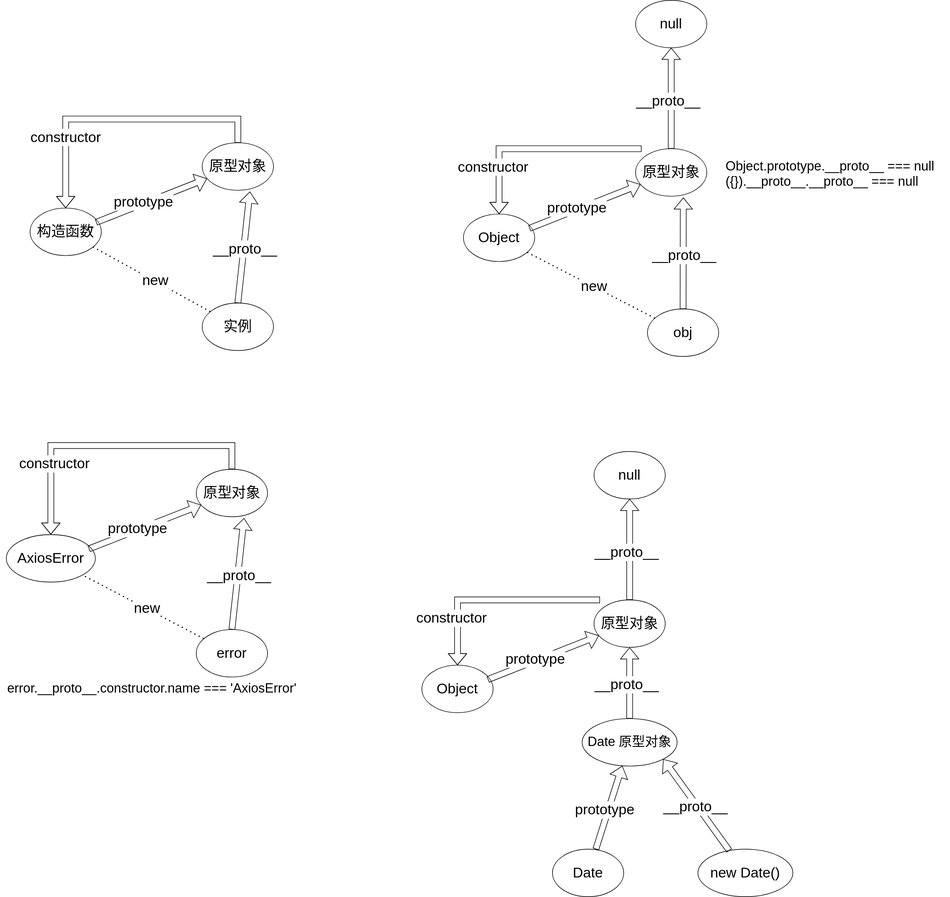
The draw.io diagram es-prototypeObj-constructor-instance.drawio.svg in Linhieng/diagrams, before a commit. Source tidied: cells renumbered, new cells last; positions are measured from the earlier drawing's top-left corner, leaving out a move shared by most shapes.
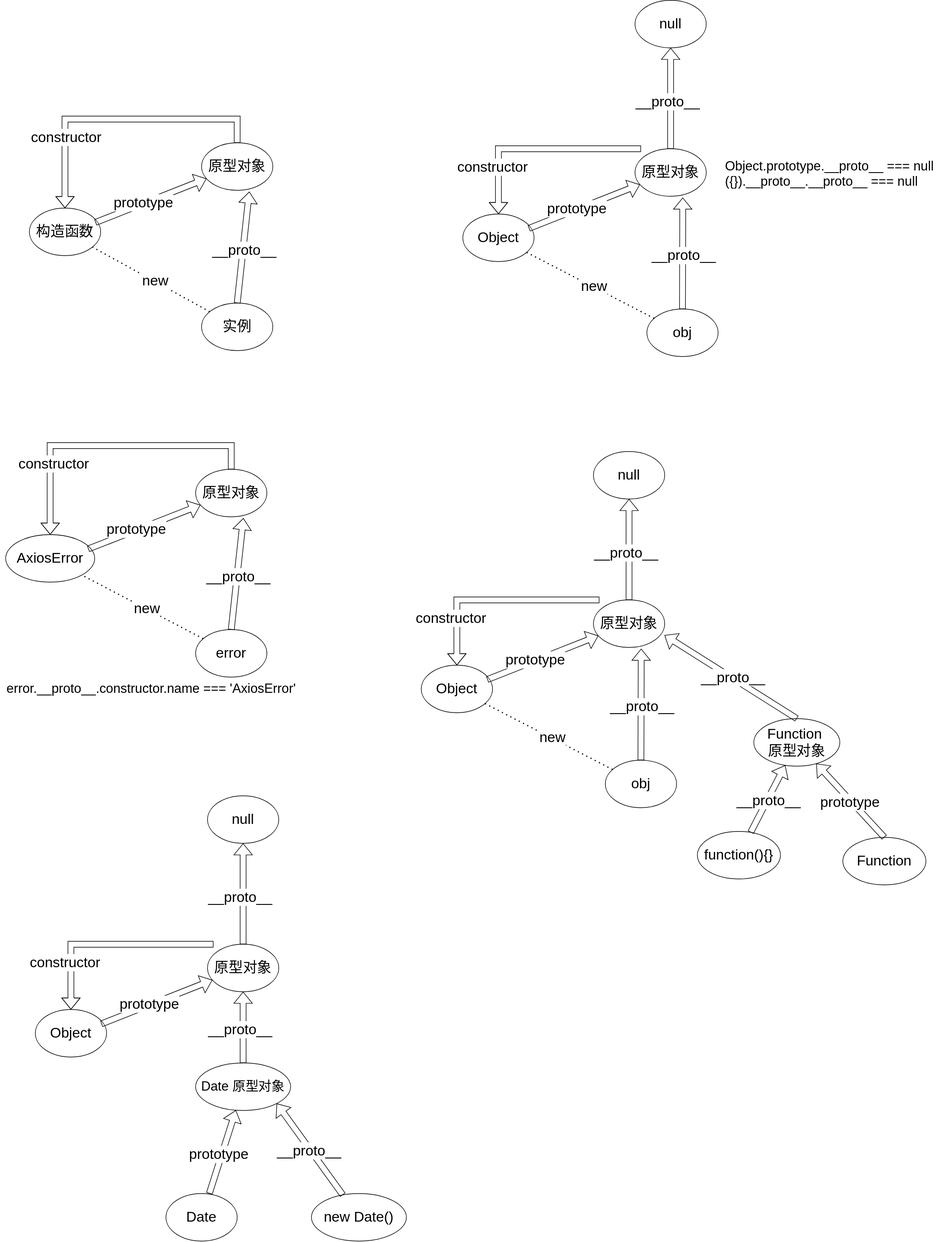
The same file after the commit.

Change to the diagram source:
```diff
@@ -149,8 +149,8 @@
     <mxCell id="39" value="Object.prototype.__proto__ === null&#10;({}).__proto__.__proto__ === null&#10;&#10;" style="text;whiteSpace=wrap;fontSize=22;" parent="1" vertex="1">
       <mxGeometry x="1220" y="260" width="380" height="40" as="geometry" />
     </mxCell>
-    <mxCell id="40" value="&lt;span style=&quot;font-size: 24px;&quot;&gt;Date&lt;/span&gt;" style="ellipse;whiteSpace=wrap;html=1;" parent="1" vertex="1">
-      <mxGeometry x="930" y="1430" width="120" height="80" as="geometry" />
+    <mxCell id="40" value="&lt;font style=&quot;font-size: 24px;&quot;&gt;obj&lt;/font&gt;" style="ellipse;whiteSpace=wrap;html=1;" parent="1" vertex="1">
+      <mxGeometry x="1020" y="1280" width="120" height="80" as="geometry" />
     </mxCell>
     <mxCell id="41" value="&lt;font style=&quot;font-size: 24px;&quot;&gt;Object&lt;/font&gt;" style="ellipse;whiteSpace=wrap;html=1;" parent="1" vertex="1">
       <mxGeometry x="710" y="1120" width="120" height="80" as="geometry" />
@@ -158,6 +158,14 @@
     <mxCell id="42" value="&lt;span style=&quot;font-size: 24px;&quot;&gt;原型对象&lt;/span&gt;" style="ellipse;whiteSpace=wrap;html=1;" parent="1" vertex="1">
       <mxGeometry x="1000" y="1010" width="120" height="80" as="geometry" />
     </mxCell>
+    <mxCell id="58" style="endArrow=none;dashed=1;html=1;dashPattern=1 3;strokeWidth=2;rounded=0;" parent="1" edge="1" source="40" target="41">
+      <mxGeometry relative="1" as="geometry" />
+    </mxCell>
+    <mxCell id="59" value="&lt;font style=&quot;font-size: 24px;&quot;&gt;new&lt;/font&gt;" style="edgeLabel;html=1;align=center;verticalAlign=middle;" parent="58" vertex="1">
+      <mxGeometry x="0.01" y="2" relative="1" as="geometry">
+        <mxPoint x="7" as="offset" />
+      </mxGeometry>
+    </mxCell>
     <mxCell id="43" style="shape=flexArrow;endArrow=classic;html=1;rounded=0;exitX=0.927;exitY=0.302;exitDx=0;exitDy=0;exitPerimeter=0;" parent="1" edge="1" source="41" target="42">
       <mxGeometry relative="1" as="geometry" />
     </mxCell>
@@ -166,6 +174,12 @@
         <mxPoint x="-8" y="-2" as="offset" />
       </mxGeometry>
     </mxCell>
+    <mxCell id="60" style="shape=flexArrow;endArrow=classic;html=1;rounded=0;exitX=0.5;exitY=0;exitDx=0;exitDy=0;entryX=0.67;entryY=1.028;entryDx=0;entryDy=0;entryPerimeter=0;" parent="1" edge="1" source="40" target="42">
+      <mxGeometry relative="1" as="geometry" />
+    </mxCell>
+    <mxCell id="61" value="&lt;font style=&quot;font-size: 24px;&quot;&gt;__proto__&lt;/font&gt;" style="edgeLabel;html=1;align=center;verticalAlign=middle;" parent="60" vertex="1">
+      <mxGeometry x="-0.03" y="-1" relative="1" as="geometry" />
+    </mxCell>
     <mxCell id="45" style="edgeStyle=elbowEdgeStyle;elbow=horizontal;endArrow=classic;html=1;curved=0;rounded=0;entryX=0.5;entryY=0;entryDx=0;entryDy=0;shape=flexArrow;" parent="1" edge="1" target="41">
       <mxGeometry relative="1" as="geometry">
         <mxPoint x="1010" y="1010" as="sourcePoint" />
@@ -190,37 +204,107 @@
         <mxPoint x="-8" y="-2" as="offset" />
       </mxGeometry>
     </mxCell>
+    <mxCell id="62" value="&lt;font style=&quot;font-size: 24px;&quot;&gt;Function&lt;/font&gt;" style="ellipse;whiteSpace=wrap;html=1;" parent="1" vertex="1">
+      <mxGeometry x="1420" y="1410" width="140" height="80" as="geometry" />
+    </mxCell>
+    <mxCell id="63" value="&lt;span style=&quot;font-size: 24px;&quot;&gt;Function&amp;nbsp;&lt;/span&gt;&lt;div&gt;&lt;span style=&quot;font-size: 24px;&quot;&gt;原型对象&lt;/span&gt;&lt;/div&gt;" style="ellipse;whiteSpace=wrap;html=1;" parent="1" vertex="1">
+      <mxGeometry x="1270" y="1210" width="145" height="80" as="geometry" />
+    </mxCell>
+    <mxCell id="64" style="shape=flexArrow;endArrow=classic;html=1;rounded=0;exitX=0.5;exitY=0;exitDx=0;exitDy=0;" parent="1" edge="1" source="62" target="63">
+      <mxGeometry relative="1" as="geometry" />
+    </mxCell>
+    <mxCell id="65" value="&lt;span style=&quot;font-size: 24px;&quot;&gt;prototype&lt;/span&gt;" style="edgeLabel;html=1;align=center;verticalAlign=middle;" parent="64" vertex="1">
+      <mxGeometry x="-0.07" y="-2" relative="1" as="geometry">
+        <mxPoint x="-8" y="-2" as="offset" />
+      </mxGeometry>
+    </mxCell>
+    <mxCell id="66" style="shape=flexArrow;endArrow=classic;html=1;rounded=0;exitX=0.5;exitY=0;exitDx=0;exitDy=0;entryX=0.997;entryY=0.742;entryDx=0;entryDy=0;entryPerimeter=0;" parent="1" edge="1" source="63" target="42">
+      <mxGeometry relative="1" as="geometry" />
+    </mxCell>
+    <mxCell id="67" value="&lt;font style=&quot;font-size: 24px;&quot;&gt;__proto__&lt;/font&gt;" style="edgeLabel;html=1;align=center;verticalAlign=middle;" parent="66" vertex="1">
+      <mxGeometry x="-0.03" y="-1" relative="1" as="geometry" />
+    </mxCell>
+    <mxCell id="68" value="&lt;font style=&quot;font-size: 24px;&quot;&gt;function(){}&lt;/font&gt;" style="ellipse;whiteSpace=wrap;html=1;" parent="1" vertex="1">
+      <mxGeometry x="1175" y="1400" width="140" height="80" as="geometry" />
+    </mxCell>
+    <mxCell id="69" style="shape=flexArrow;endArrow=classic;html=1;rounded=0;" parent="1" edge="1" source="68" target="63">
+      <mxGeometry relative="1" as="geometry" />
+    </mxCell>
+    <mxCell id="70" value="&lt;font style=&quot;font-size: 24px;&quot;&gt;__proto__&lt;/font&gt;" style="edgeLabel;html=1;align=center;verticalAlign=middle;" parent="69" vertex="1">
+      <mxGeometry x="-0.03" y="-1" relative="1" as="geometry" />
+    </mxCell>
+    <mxCell id="71" value="&lt;span style=&quot;font-size: 24px;&quot;&gt;Date&lt;/span&gt;" style="ellipse;whiteSpace=wrap;html=1;" parent="1" vertex="1">
+      <mxGeometry x="280" y="2010" width="120" height="80" as="geometry" />
+    </mxCell>
+    <mxCell id="72" value="&lt;font style=&quot;font-size: 24px;&quot;&gt;Object&lt;/font&gt;" style="ellipse;whiteSpace=wrap;html=1;" parent="1" vertex="1">
+      <mxGeometry x="60" y="1700" width="120" height="80" as="geometry" />
+    </mxCell>
+    <mxCell id="73" value="&lt;span style=&quot;font-size: 24px;&quot;&gt;原型对象&lt;/span&gt;" style="ellipse;whiteSpace=wrap;html=1;" parent="1" vertex="1">
+      <mxGeometry x="350" y="1590" width="120" height="80" as="geometry" />
+    </mxCell>
+    <mxCell id="74" style="shape=flexArrow;endArrow=classic;html=1;rounded=0;exitX=0.927;exitY=0.302;exitDx=0;exitDy=0;exitPerimeter=0;" parent="1" edge="1" source="72" target="73">
+      <mxGeometry relative="1" as="geometry" />
+    </mxCell>
+    <mxCell id="75" value="&lt;span style=&quot;font-size: 24px;&quot;&gt;prototype&lt;/span&gt;" style="edgeLabel;html=1;align=center;verticalAlign=middle;" parent="74" vertex="1">
+      <mxGeometry x="-0.07" y="-2" relative="1" as="geometry">
+        <mxPoint x="-8" y="-2" as="offset" />
+      </mxGeometry>
+    </mxCell>
+    <mxCell id="76" style="edgeStyle=elbowEdgeStyle;elbow=horizontal;endArrow=classic;html=1;curved=0;rounded=0;entryX=0.5;entryY=0;entryDx=0;entryDy=0;shape=flexArrow;" parent="1" edge="1" target="72">
+      <mxGeometry relative="1" as="geometry">
+        <mxPoint x="360" y="1590" as="sourcePoint" />
+        <Array as="points">
+          <mxPoint x="120" y="1620" />
+        </Array>
+      </mxGeometry>
+    </mxCell>
+    <mxCell id="77" value="&lt;span style=&quot;font-size: 24px;&quot;&gt;constructor&lt;/span&gt;" style="edgeLabel;html=1;align=center;verticalAlign=middle;" parent="76" vertex="1">
+      <mxGeometry x="0.23" y="-1" relative="1" as="geometry">
+        <mxPoint x="-36" y="31" as="offset" />
+      </mxGeometry>
+    </mxCell>
+    <mxCell id="78" value="&lt;span style=&quot;font-size: 24px;&quot;&gt;null&lt;/span&gt;" style="ellipse;whiteSpace=wrap;html=1;" parent="1" vertex="1">
+      <mxGeometry x="350" y="1340" width="120" height="80" as="geometry" />
+    </mxCell>
+    <mxCell id="79" style="shape=flexArrow;endArrow=classic;html=1;rounded=0;" parent="1" edge="1" source="73" target="78">
+      <mxGeometry relative="1" as="geometry" />
+    </mxCell>
+    <mxCell id="80" value="&lt;span style=&quot;font-size: 24px;&quot;&gt;__proto__&lt;/span&gt;" style="edgeLabel;html=1;align=center;verticalAlign=middle;" parent="79" vertex="1">
+      <mxGeometry x="-0.07" y="-2" relative="1" as="geometry">
+        <mxPoint x="-8" y="-2" as="offset" />
+      </mxGeometry>
+    </mxCell>
     <mxCell id="50" value="&lt;font style=&quot;font-size: 24px;&quot;&gt;new Date()&lt;/font&gt;" style="ellipse;whiteSpace=wrap;html=1;" parent="1" vertex="1">
-      <mxGeometry x="1175" y="1430" width="160" height="80" as="geometry" />
+      <mxGeometry x="525" y="2010" width="160" height="80" as="geometry" />
     </mxCell>
     <mxCell id="51" value="&lt;font style=&quot;font-size: 22px;&quot;&gt;Date 原型对象&lt;/font&gt;" style="ellipse;whiteSpace=wrap;html=1;" parent="1" vertex="1">
-      <mxGeometry x="980" y="1210" width="160" height="80" as="geometry" />
+      <mxGeometry x="330" y="1790" width="160" height="80" as="geometry" />
     </mxCell>
-    <mxCell id="52" style="shape=flexArrow;endArrow=classic;html=1;rounded=0;exitX=0.927;exitY=0.302;exitDx=0;exitDy=0;exitPerimeter=0;" parent="1" edge="1" target="51">
-      <mxGeometry relative="1" as="geometry">
-        <mxPoint x="1003" y="1430" as="sourcePoint" />
-      </mxGeometry>
-    </mxCell>
-    <mxCell id="53" value="&lt;span style=&quot;font-size: 24px;&quot;&gt;prototype&lt;/span&gt;" style="edgeLabel;html=1;align=center;verticalAlign=middle;" parent="52" vertex="1">
-      <mxGeometry x="-0.07" y="-2" relative="1" as="geometry">
-        <mxPoint x="-8" y="-2" as="offset" />
-      </mxGeometry>
-    </mxCell>
-    <mxCell id="54" style="shape=flexArrow;endArrow=classic;html=1;rounded=0;entryX=0.5;entryY=1;entryDx=0;entryDy=0;" parent="1" edge="1" source="51" target="42">
-      <mxGeometry relative="1" as="geometry" />
-    </mxCell>
-    <mxCell id="55" value="&lt;span style=&quot;font-size: 24px;&quot;&gt;__proto__&lt;/span&gt;" style="edgeLabel;html=1;align=center;verticalAlign=middle;" parent="54" vertex="1">
-      <mxGeometry x="-0.07" y="-2" relative="1" as="geometry">
-        <mxPoint x="-8" y="-2" as="offset" />
-      </mxGeometry>
-    </mxCell>
+    <mxCell id="81" style="shape=flexArrow;endArrow=classic;html=1;rounded=0;exitX=0.927;exitY=0.302;exitDx=0;exitDy=0;exitPerimeter=0;" parent="1" edge="1" target="51">
+      <mxGeometry relative="1" as="geometry">
+        <mxPoint x="353" y="2010" as="sourcePoint" />
+      </mxGeometry>
+    </mxCell>
+    <mxCell id="82" value="&lt;span style=&quot;font-size: 24px;&quot;&gt;prototype&lt;/span&gt;" style="edgeLabel;html=1;align=center;verticalAlign=middle;" parent="81" vertex="1">
+      <mxGeometry x="-0.07" y="-2" relative="1" as="geometry">
+        <mxPoint x="-8" y="-2" as="offset" />
+      </mxGeometry>
+    </mxCell>
+    <mxCell id="83" style="shape=flexArrow;endArrow=classic;html=1;rounded=0;entryX=0.5;entryY=1;entryDx=0;entryDy=0;" parent="1" edge="1" source="51" target="73">
+      <mxGeometry relative="1" as="geometry" />
+    </mxCell>
+    <mxCell id="84" value="&lt;span style=&quot;font-size: 24px;&quot;&gt;__proto__&lt;/span&gt;" style="edgeLabel;html=1;align=center;verticalAlign=middle;" parent="83" vertex="1">
+      <mxGeometry x="-0.07" y="-2" relative="1" as="geometry">
+        <mxPoint x="-8" y="-2" as="offset" />
+      </mxGeometry>
+    </mxCell>
     <mxCell id="56" style="shape=flexArrow;endArrow=classic;html=1;rounded=0;entryX=1;entryY=1;entryDx=0;entryDy=0;" parent="1" edge="1" source="50" target="51">
       <mxGeometry relative="1" as="geometry" />
     </mxCell>
-    <mxCell id="57" value="&lt;span style=&quot;font-size: 24px;&quot;&gt;__proto__&lt;/span&gt;" style="edgeLabel;html=1;align=center;verticalAlign=middle;" parent="56" vertex="1">
-      <mxGeometry x="-0.07" y="-2" relative="1" as="geometry">
-        <mxPoint x="-8" y="-2" as="offset" />
-      </mxGeometry>
-    </mxCell>
+    <mxCell id="85" value="&lt;span style=&quot;font-size: 24px;&quot;&gt;__proto__&lt;/span&gt;" style="edgeLabel;html=1;align=center;verticalAlign=middle;" parent="56" vertex="1">
+      <mxGeometry x="-0.07" y="-2" relative="1" as="geometry">
+        <mxPoint x="-8" y="-2" as="offset" />
+      </mxGeometry>
+    </mxCell>
   </root>
 </mxGraphModel>
```
